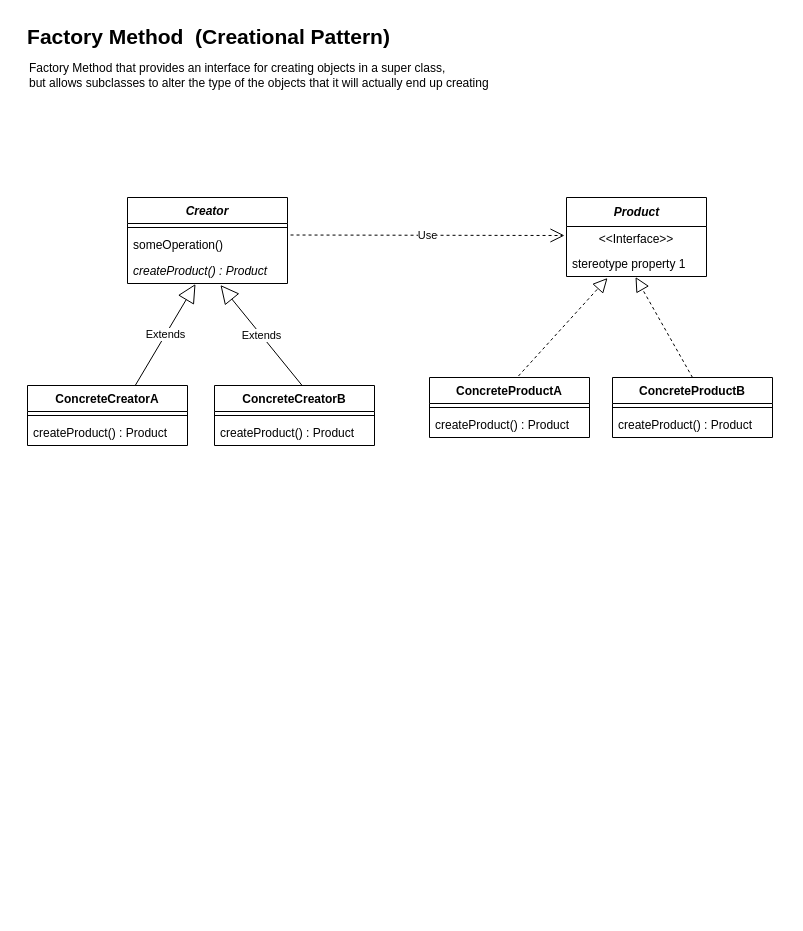
Above: page "Factory" (7 of 8) of design-patterns.drawio in p-killer/Boa-Design-Pattern (draw.io), before the change. Source tidied: cells renumbered, new cells numbered last; positions are measured from the earlier drawing's top-left corner, leaving out a move shared by most shapes. Both pictures are drawn from the tidied source at 100%, with x=0, y=0 at pixel (17, 17).
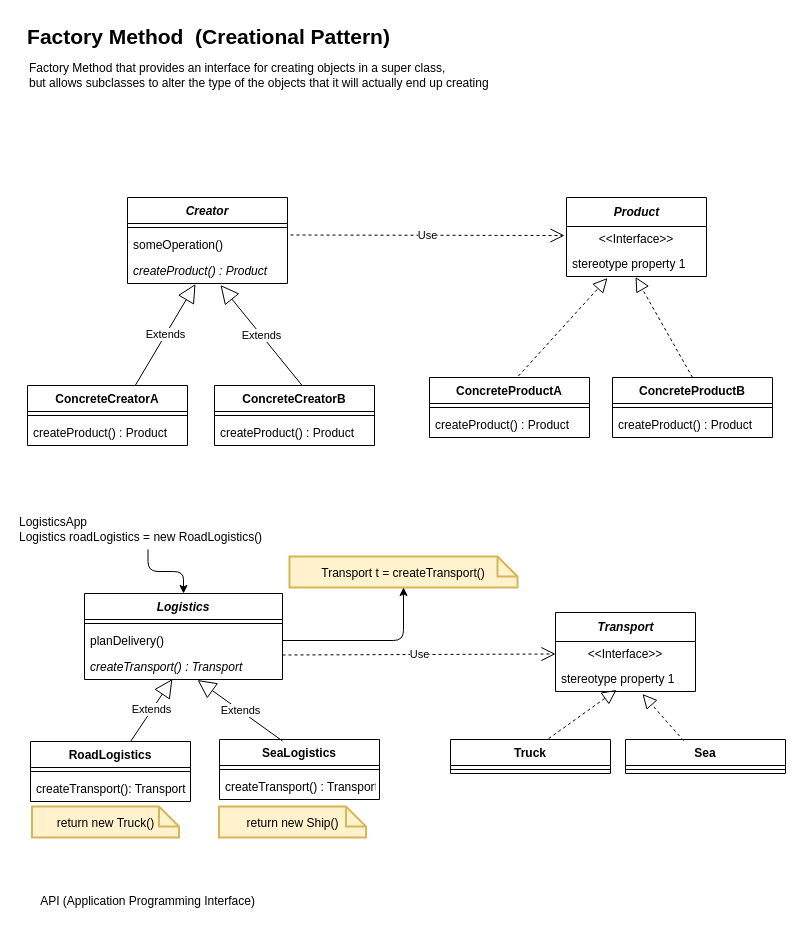
Above is the later version.

Diff of the diagram source:
```diff
@@
+    <mxCell id="28" value="Truck" style="swimlane;fontStyle=1;align=center;verticalAlign=top;horizontal=1;startSize=26;" parent="1" vertex="1">
+      <mxGeometry x="433" y="722" width="160" height="34" as="geometry" />
+    </mxCell>
+    <mxCell id="29" style="line;strokeWidth=1;fillColor=none;align=left;verticalAlign=middle;spacingTop=-1;spacingLeft=3;spacingRight=3;labelPosition=right;strokeColor=inherit;" parent="28" vertex="1">
+      <mxGeometry y="26" width="160" height="8" as="geometry" />
+    </mxCell>
+    <mxCell id="30" value="Sea" style="swimlane;fontStyle=1;align=center;verticalAlign=top;horizontal=1;startSize=26;" parent="1" vertex="1">
+      <mxGeometry x="608" y="722" width="160" height="34" as="geometry" />
+    </mxCell>
+    <mxCell id="31" style="line;strokeWidth=1;fillColor=none;align=left;verticalAlign=middle;spacingTop=-1;spacingLeft=3;spacingRight=3;labelPosition=right;strokeColor=inherit;" parent="30" vertex="1">
+      <mxGeometry y="26" width="160" height="8" as="geometry" />
+    </mxCell>
+    <mxCell id="32" value="Transport" style="swimlane;fontStyle=3;align=center;verticalAlign=middle;horizontal=1;startSize=29;html=1;" parent="1" vertex="1">
+      <mxGeometry x="538" y="595" width="140" height="79" as="geometry" />
+    </mxCell>
+    <mxCell id="33" value="&amp;lt;&amp;lt;Interface&amp;gt;&amp;gt;" style="text;html=1;strokeColor=none;fillColor=none;align=center;verticalAlign=middle;spacingLeft=4;spacingRight=4;overflow=hidden;points=[[0,0.5],[1,0.5]];portConstraint=eastwest;" parent="32" vertex="1">
+      <mxGeometry y="29" width="140" height="25" as="geometry" />
+    </mxCell>
+    <mxCell id="34" value="stereotype property 1" style="text;html=1;strokeColor=none;fillColor=none;align=left;verticalAlign=middle;spacingLeft=4;spacingRight=4;overflow=hidden;points=[[0,0.5],[1,0.5]];portConstraint=eastwest;" parent="32" vertex="1">
+      <mxGeometry y="54" width="140" height="25" as="geometry" />
+    </mxCell>
+    <mxCell id="35" style="endArrow=block;dashed=1;endFill=0;endSize=12;html=1;rounded=0;exitX=0.613;exitY=-0.025;exitDx=0;exitDy=0;exitPerimeter=0;entryX=0.436;entryY=0.94;entryDx=0;entryDy=0;entryPerimeter=0;" parent="1" edge="1" source="28" target="34">
+      <mxGeometry relative="1" as="geometry" />
+    </mxCell>
+    <mxCell id="36" style="endArrow=block;dashed=1;endFill=0;endSize=12;html=1;rounded=0;exitX=0.363;exitY=0.033;exitDx=0;exitDy=0;exitPerimeter=0;entryX=0.621;entryY=1.1;entryDx=0;entryDy=0;entryPerimeter=0;" parent="1" edge="1" source="30" target="34">
+      <mxGeometry relative="1" as="geometry" />
+    </mxCell>
+    <mxCell id="37" value="Logistics" style="swimlane;fontStyle=3;align=center;verticalAlign=top;horizontal=1;startSize=26;" parent="1" vertex="1">
+      <mxGeometry x="67" y="576" width="198" height="86" as="geometry" />
+    </mxCell>
+    <mxCell id="38" style="line;strokeWidth=1;fillColor=none;align=left;verticalAlign=middle;spacingTop=-1;spacingLeft=3;spacingRight=3;labelPosition=right;strokeColor=inherit;" parent="37" vertex="1">
+      <mxGeometry y="26" width="198" height="8" as="geometry" />
+    </mxCell>
+    <mxCell id="39" value="planDelivery()" style="text;strokeColor=none;fillColor=none;align=left;verticalAlign=top;spacingLeft=4;spacingRight=4;overflow=hidden;points=[[0,0.5],[1,0.5]];portConstraint=eastwest;" parent="37" vertex="1">
+      <mxGeometry y="34" width="198" height="26" as="geometry" />
+    </mxCell>
+    <mxCell id="40" value="createTransport() : Transport" style="text;strokeColor=none;fillColor=none;align=left;verticalAlign=top;spacingLeft=4;spacingRight=4;overflow=hidden;points=[[0,0.5],[1,0.5]];portConstraint=eastwest;fontStyle=2;" parent="37" vertex="1">
+      <mxGeometry y="60" width="198" height="26" as="geometry" />
+    </mxCell>
+    <mxCell id="41" value="&lt;span style=&quot;color: rgb(0, 0, 0); font-size: 12px;&quot;&gt;Transport t = createTransport()&lt;/span&gt;" style="shape=note;strokeWidth=2;fontSize=14;size=20;whiteSpace=wrap;html=1;fillColor=#fff2cc;strokeColor=#d6b656;fontColor=#666600;" parent="1" vertex="1">
+      <mxGeometry x="272" y="539" width="228" height="31" as="geometry" />
+    </mxCell>
+    <mxCell id="42" style="edgeStyle=orthogonalEdgeStyle;rounded=1;jettySize=auto;html=1;" parent="1" edge="1" source="39" target="41">
+      <mxGeometry relative="1" as="geometry" />
+    </mxCell>
+    <mxCell id="43" value="RoadLogistics" style="swimlane;fontStyle=1;align=center;verticalAlign=top;horizontal=1;startSize=26;" parent="1" vertex="1">
+      <mxGeometry x="13" y="724" width="160" height="60" as="geometry" />
+    </mxCell>
+    <mxCell id="44" style="line;strokeWidth=1;fillColor=none;align=left;verticalAlign=middle;spacingTop=-1;spacingLeft=3;spacingRight=3;labelPosition=right;strokeColor=inherit;" parent="43" vertex="1">
+      <mxGeometry y="26" width="160" height="8" as="geometry" />
+    </mxCell>
+    <mxCell id="45" value="createTransport(): Transport" style="text;strokeColor=none;fillColor=none;align=left;verticalAlign=top;spacingLeft=4;spacingRight=4;overflow=hidden;" parent="43" vertex="1">
+      <mxGeometry y="34" width="160" height="26" as="geometry" />
+    </mxCell>
+    <mxCell id="46" value="Extends" style="endArrow=block;endSize=16;endFill=0;html=1;rounded=0;entryX=0.444;entryY=0.981;entryDx=0;entryDy=0;entryPerimeter=0;" parent="1" edge="1" source="43" target="40">
+      <mxGeometry relative="1" as="geometry" />
+    </mxCell>
+    <mxCell id="47" value="SeaLogistics" style="swimlane;fontStyle=1;align=center;verticalAlign=top;horizontal=1;startSize=26;" parent="1" vertex="1">
+      <mxGeometry x="202" y="722" width="160" height="60" as="geometry" />
+    </mxCell>
+    <mxCell id="48" style="line;strokeWidth=1;fillColor=none;align=left;verticalAlign=middle;spacingTop=-1;spacingLeft=3;spacingRight=3;labelPosition=right;strokeColor=inherit;" parent="47" vertex="1">
+      <mxGeometry y="26" width="160" height="8" as="geometry" />
+    </mxCell>
+    <mxCell id="49" value="createTransport() : Transport" style="text;strokeColor=none;fillColor=none;align=left;verticalAlign=top;spacingLeft=4;spacingRight=4;overflow=hidden;" parent="47" vertex="1">
+      <mxGeometry y="34" width="160" height="26" as="geometry" />
+    </mxCell>
+    <mxCell id="50" value="Extends" style="endArrow=block;endSize=16;endFill=0;html=1;rounded=0;entryX=0.571;entryY=1.019;entryDx=0;entryDy=0;entryPerimeter=0;exitX=0.394;exitY=0.025;exitDx=0;exitDy=0;exitPerimeter=0;" parent="1" edge="1" source="47" target="40">
+      <mxGeometry relative="1" as="geometry" />
+    </mxCell>
+    <mxCell id="51" value="&lt;font color=&quot;#000000&quot;&gt;&lt;span style=&quot;font-size: 12px;&quot;&gt;return new Truck()&lt;/span&gt;&lt;/font&gt;" style="shape=note;strokeWidth=2;fontSize=14;size=20;whiteSpace=wrap;html=1;fillColor=#fff2cc;strokeColor=#d6b656;fontColor=#666600;" parent="1" vertex="1">
+      <mxGeometry x="14.5" y="789" width="147" height="31" as="geometry" />
+    </mxCell>
+    <mxCell id="52" value="&lt;font color=&quot;#000000&quot;&gt;&lt;span style=&quot;font-size: 12px;&quot;&gt;return new Ship()&lt;/span&gt;&lt;/font&gt;" style="shape=note;strokeWidth=2;fontSize=14;size=20;whiteSpace=wrap;html=1;fillColor=#fff2cc;strokeColor=#d6b656;fontColor=#666600;" parent="1" vertex="1">
+      <mxGeometry x="201.5" y="789" width="147" height="31" as="geometry" />
+    </mxCell>
+    <mxCell id="53" value="Use" style="endArrow=open;endSize=12;dashed=1;html=1;rounded=0;exitX=1;exitY=0.058;exitDx=0;exitDy=0;exitPerimeter=0;entryX=0;entryY=0.5;entryDx=0;entryDy=0;" parent="1" edge="1" source="40" target="33">
+      <mxGeometry relative="1" as="geometry" />
+    </mxCell>
+    <mxCell id="54" style="edgeStyle=orthogonalEdgeStyle;rounded=1;jettySize=auto;html=1;" parent="1" edge="1" source="55" target="37">
+      <mxGeometry relative="1" as="geometry" />
+    </mxCell>
+    <mxCell id="55" value="LogisticsApp&lt;br&gt;Logistics roadLogistics = new RoadLogistics()" style="text;html=1;align=left;verticalAlign=middle;points=[];strokeColor=none;fillColor=none;" parent="1" vertex="1">
+      <mxGeometry y="491" width="261" height="41" as="geometry" />
+    </mxCell>
+    <mxCell id="56" value="API (Application Programming Interface)" style="text;html=1;align=center;verticalAlign=middle;strokeColor=none;fillColor=none;" parent="1" vertex="1">
+      <mxGeometry x="13" y="871" width="233" height="26" as="geometry" />
+    </mxCell>
```
